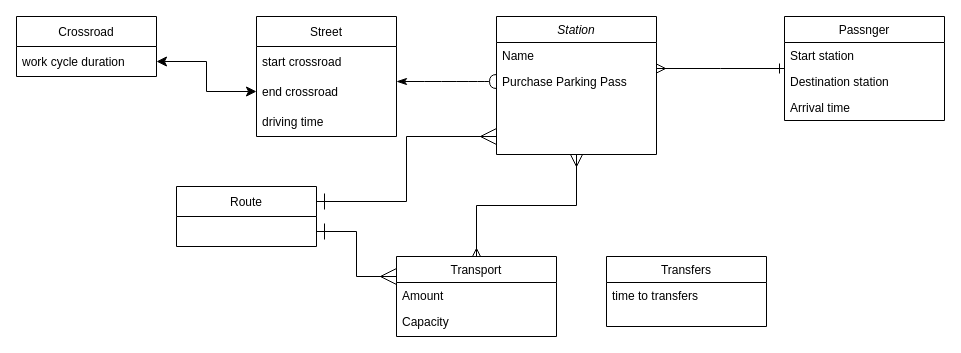
Leo-nid/hse-DB keeps this draw.io diagram as Untitled Diagram.drawio. Above is the earlier version. Source tidied: cells renumbered, new cells numbered last; positions are measured from the earlier drawing's top-left corner, leaving out a move shared by most shapes. Both pictures are drawn from the tidied source at 100%, with x=0, y=0 at pixel (16, 16).
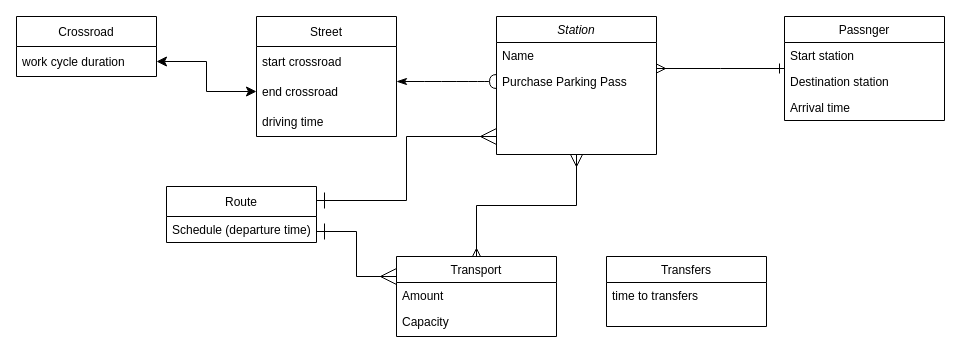
The same page after the edit.

Commit message:
Update Untitled Diagram

Diff of the diagram source:
```diff
@@
-    <mxCell id="25" value="Route" style="swimlane;fontStyle=0;horizontal=1;startSize=30;hachureGap=4;" parent="1" vertex="1">
-      <mxGeometry x="160" y="170" width="140" height="60" as="geometry" />
+    <mxCell id="25" value="Route" style="swimlane;fontStyle=0;horizontal=1;startSize=30;hachureGap=4;swimlaneFillColor=none;" parent="1" vertex="1">
+      <mxGeometry x="150" y="170" width="150" height="56" as="geometry" />
     </mxCell>
+    <mxCell id="27" value="Schedule (departure time)" style="text;align=left;verticalAlign=top;spacingLeft=4;spacingRight=4;overflow=hidden;" parent="25" vertex="1">
+      <mxGeometry y="30" width="150" height="26" as="geometry" />
+    </mxCell>
```
